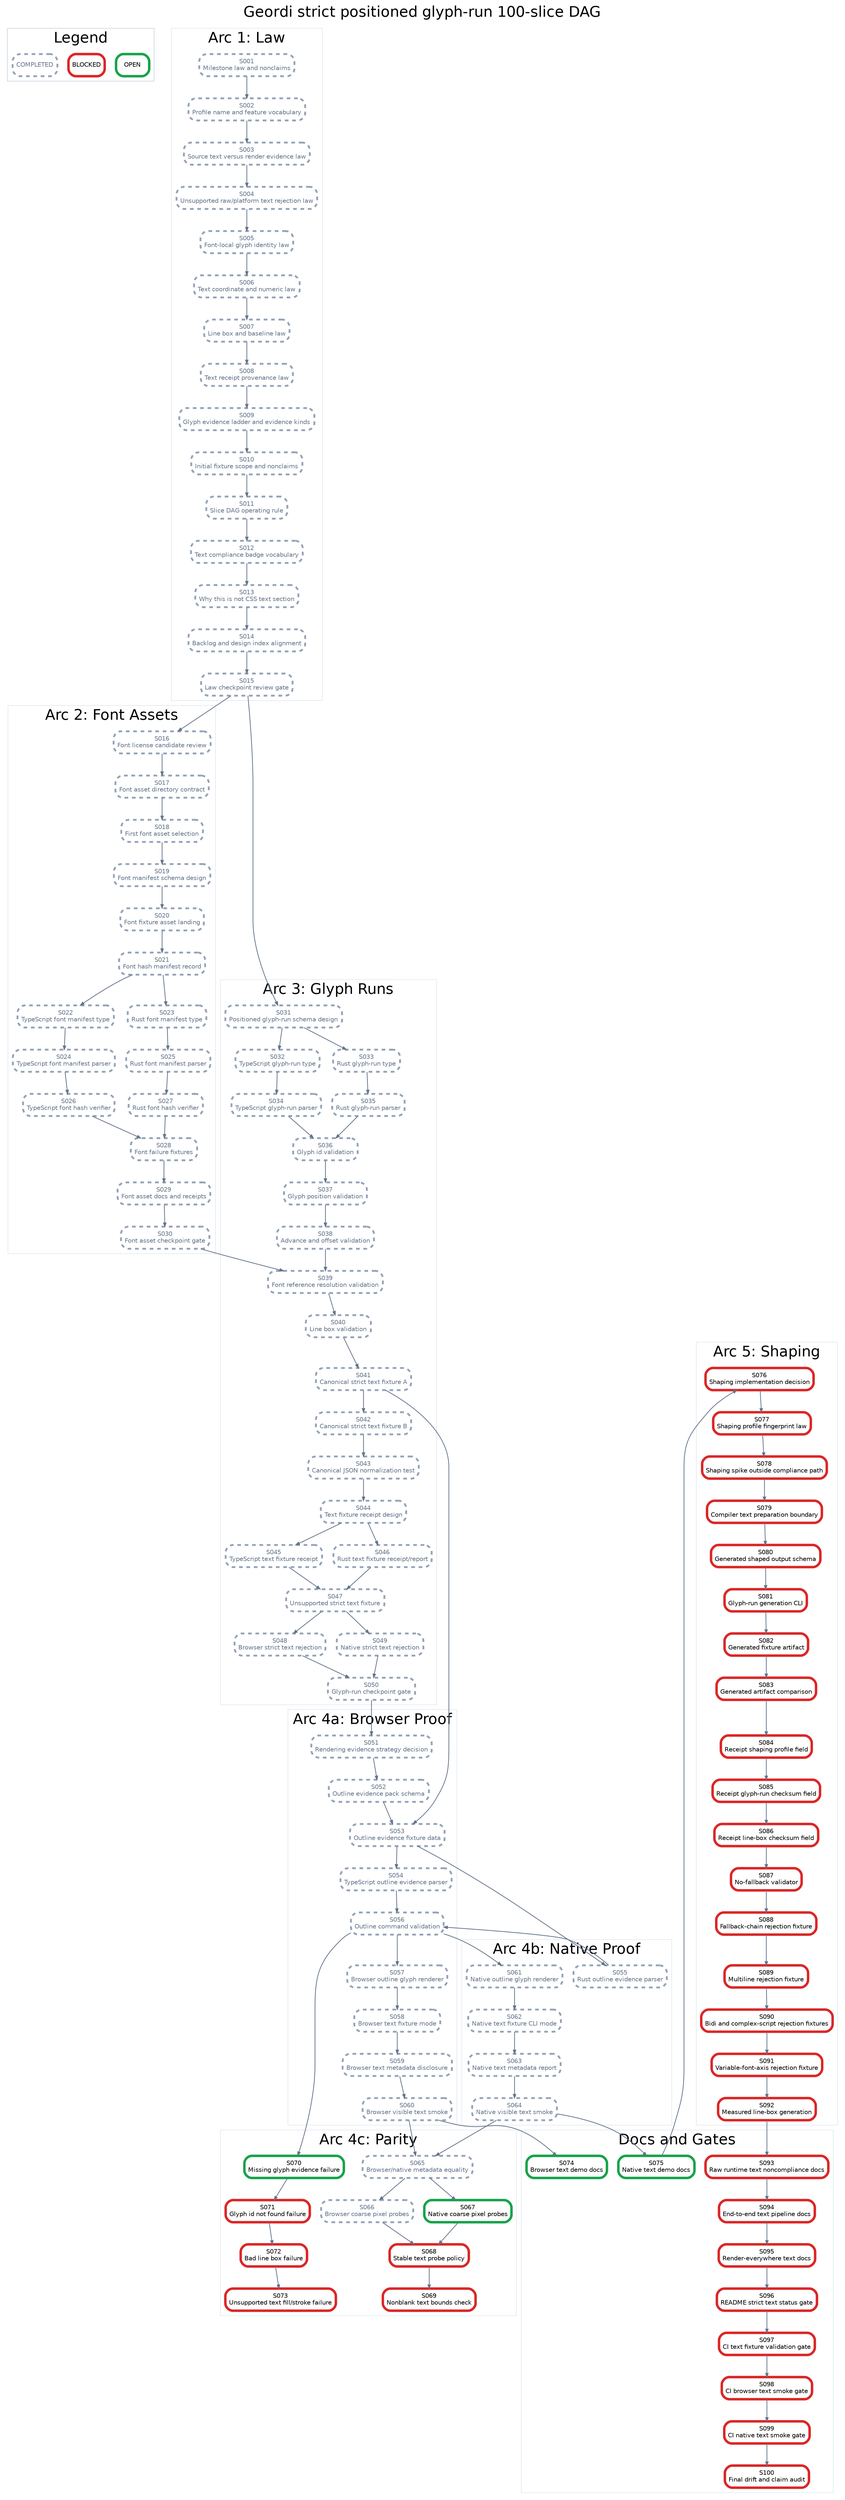
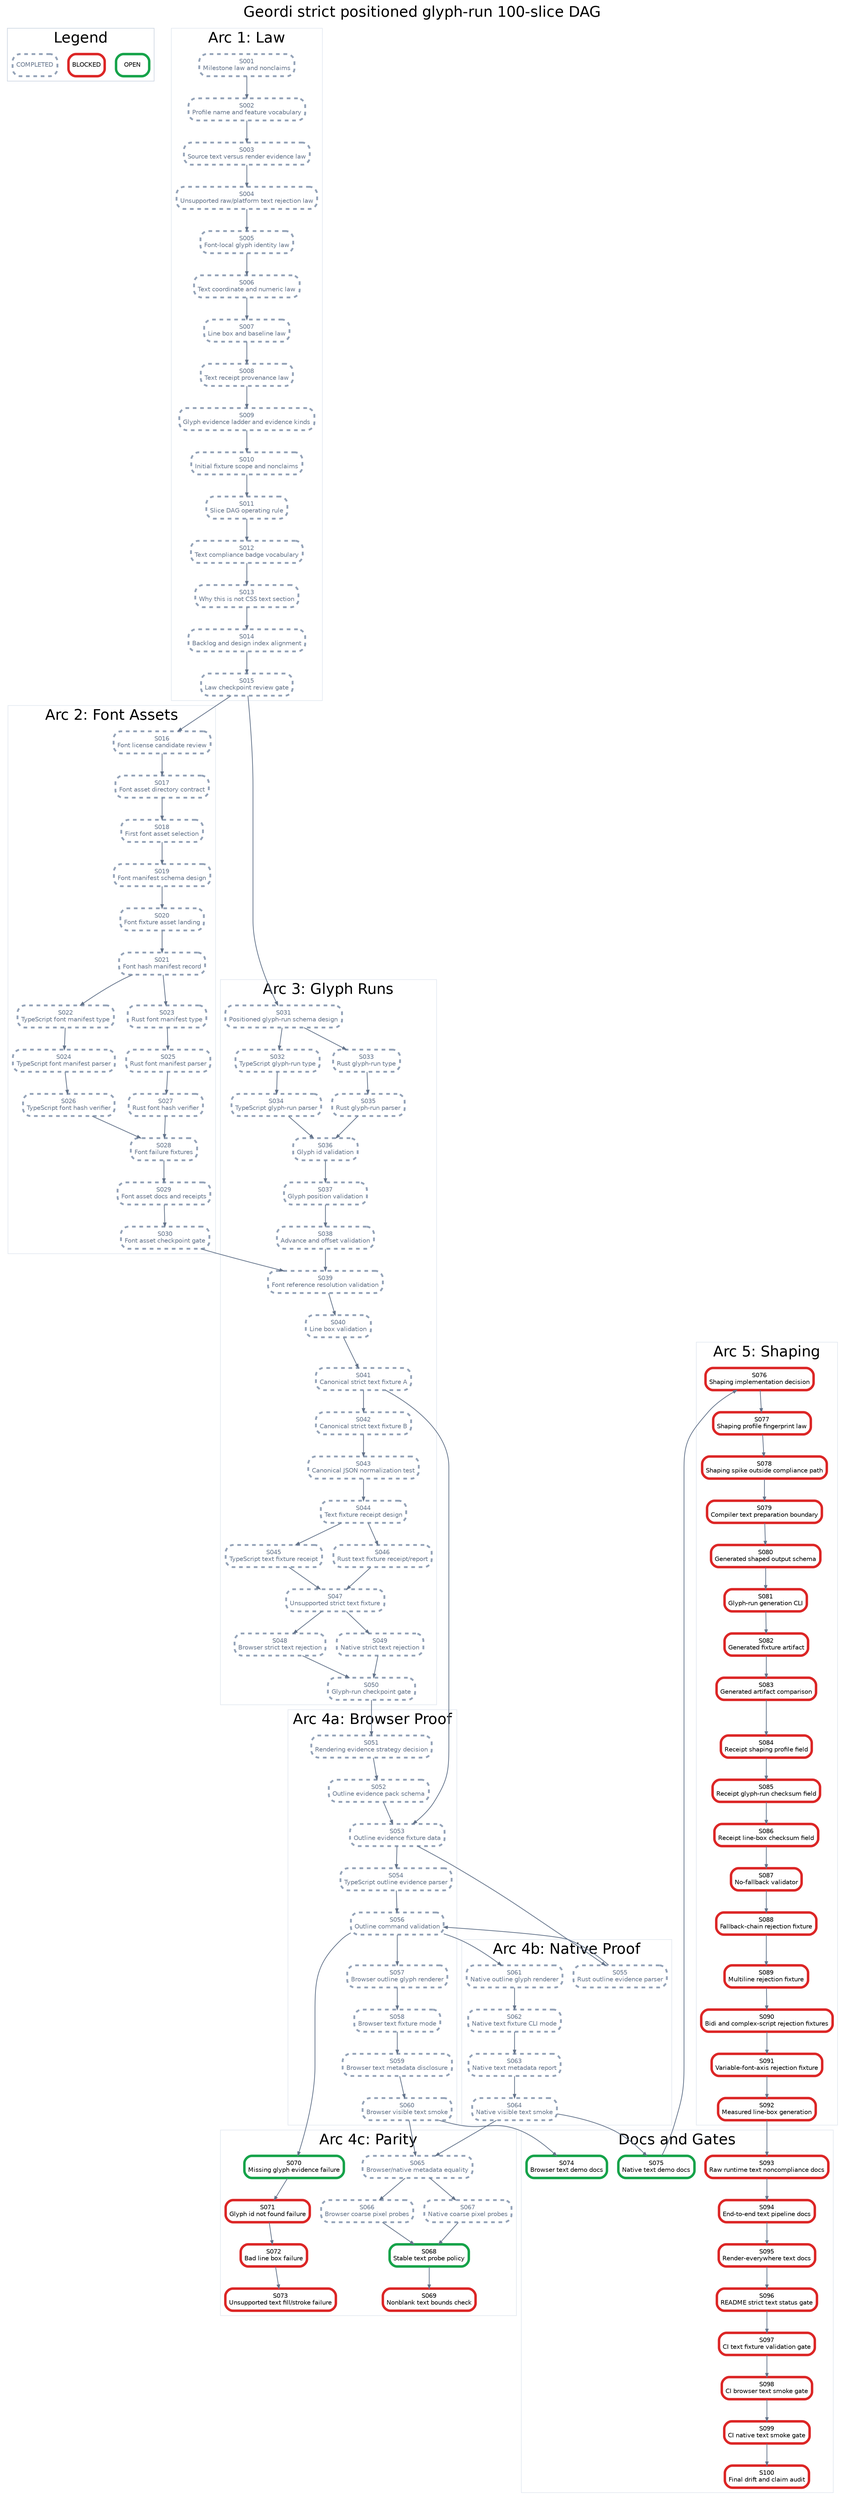
digraph StrictPositionedGlyphRunPlan {
  graph [rankdir=TB, bgcolor="white", fontname="Helvetica", label="Geordi strict positioned glyph-run 100-slice DAG", labelloc="t", fontsize=24];
  node [shape=box, style="rounded,filled", fillcolor="white", fontname="Helvetica", fontsize=10, margin="0.08,0.05"];
  edge [color="#64748b", arrowsize=0.6, penwidth=1.2];

  subgraph cluster_legend {
    label="Legend";
    color="#cbd5e1";
    legend_open [label="OPEN", color="#16a34a", penwidth=4];
    legend_blocked [label="BLOCKED", color="#dc2626", penwidth=4];
    legend_done [label="COMPLETED", color="#94a3b8", penwidth=3, style="rounded,filled,dashed", fontcolor="#64748b"];
  }

  subgraph cluster_law {
    label="Arc 1: Law";
    color="#e2e8f0";
    S001 [label="S001\nMilestone law and nonclaims", color="#94a3b8", penwidth=3, style="rounded,filled,dashed", fontcolor="#64748b"];
    S002 [label="S002\nProfile name and feature vocabulary", color="#94a3b8", penwidth=3, style="rounded,filled,dashed", fontcolor="#64748b"];
    S003 [label="S003\nSource text versus render evidence law", color="#94a3b8", penwidth=3, style="rounded,filled,dashed", fontcolor="#64748b"];
    S004 [label="S004\nUnsupported raw/platform text rejection law", color="#94a3b8", penwidth=3, style="rounded,filled,dashed", fontcolor="#64748b"];
    S005 [label="S005\nFont-local glyph identity law", color="#94a3b8", penwidth=3, style="rounded,filled,dashed", fontcolor="#64748b"];
    S006 [label="S006\nText coordinate and numeric law", color="#94a3b8", penwidth=3, style="rounded,filled,dashed", fontcolor="#64748b"];
    S007 [label="S007\nLine box and baseline law", color="#94a3b8", penwidth=3, style="rounded,filled,dashed", fontcolor="#64748b"];
    S008 [label="S008\nText receipt provenance law", color="#94a3b8", penwidth=3, style="rounded,filled,dashed", fontcolor="#64748b"];
    S009 [label="S009\nGlyph evidence ladder and evidence kinds", color="#94a3b8", penwidth=3, style="rounded,filled,dashed", fontcolor="#64748b"];
    S010 [label="S010\nInitial fixture scope and nonclaims", color="#94a3b8", penwidth=3, style="rounded,filled,dashed", fontcolor="#64748b"];
    S011 [label="S011\nSlice DAG operating rule", color="#94a3b8", penwidth=3, style="rounded,filled,dashed", fontcolor="#64748b"];
    S012 [label="S012\nText compliance badge vocabulary", color="#94a3b8", penwidth=3, style="rounded,filled,dashed", fontcolor="#64748b"];
    S013 [label="S013\nWhy this is not CSS text section", color="#94a3b8", penwidth=3, style="rounded,filled,dashed", fontcolor="#64748b"];
    S014 [label="S014\nBacklog and design index alignment", color="#94a3b8", penwidth=3, style="rounded,filled,dashed", fontcolor="#64748b"];
    S015 [label="S015\nLaw checkpoint review gate", color="#94a3b8", penwidth=3, style="rounded,filled,dashed", fontcolor="#64748b"];
  }

  subgraph cluster_assets {
    label="Arc 2: Font Assets";
    color="#e2e8f0";
    S016 [label="S016\nFont license candidate review", color="#94a3b8", penwidth=3, style="rounded,filled,dashed", fontcolor="#64748b"];
    S017 [label="S017\nFont asset directory contract", color="#94a3b8", penwidth=3, style="rounded,filled,dashed", fontcolor="#64748b"];
    S018 [label="S018\nFirst font asset selection", color="#94a3b8", penwidth=3, style="rounded,filled,dashed", fontcolor="#64748b"];
    S019 [label="S019\nFont manifest schema design", color="#94a3b8", penwidth=3, style="rounded,filled,dashed", fontcolor="#64748b"];
    S020 [label="S020\nFont fixture asset landing", color="#94a3b8", penwidth=3, style="rounded,filled,dashed", fontcolor="#64748b"];
    S021 [label="S021\nFont hash manifest record", color="#94a3b8", penwidth=3, style="rounded,filled,dashed", fontcolor="#64748b"];
    S022 [label="S022\nTypeScript font manifest type", color="#94a3b8", penwidth=3, style="rounded,filled,dashed", fontcolor="#64748b"];
    S023 [label="S023\nRust font manifest type", color="#94a3b8", penwidth=3, style="rounded,filled,dashed", fontcolor="#64748b"];
    S024 [label="S024\nTypeScript font manifest parser", color="#94a3b8", penwidth=3, style="rounded,filled,dashed", fontcolor="#64748b"];
    S025 [label="S025\nRust font manifest parser", color="#94a3b8", penwidth=3, style="rounded,filled,dashed", fontcolor="#64748b"];
    S026 [label="S026\nTypeScript font hash verifier", color="#94a3b8", penwidth=3, style="rounded,filled,dashed", fontcolor="#64748b"];
    S027 [label="S027\nRust font hash verifier", color="#94a3b8", penwidth=3, style="rounded,filled,dashed", fontcolor="#64748b"];
    S028 [label="S028\nFont failure fixtures", color="#94a3b8", penwidth=3, style="rounded,filled,dashed", fontcolor="#64748b"];
    S029 [label="S029\nFont asset docs and receipts", color="#94a3b8", penwidth=3, style="rounded,filled,dashed", fontcolor="#64748b"];
    S030 [label="S030\nFont asset checkpoint gate", color="#94a3b8", penwidth=3, style="rounded,filled,dashed", fontcolor="#64748b"];
  }

  subgraph cluster_glyph {
    label="Arc 3: Glyph Runs";
    color="#e2e8f0";
    S031 [label="S031\nPositioned glyph-run schema design", color="#94a3b8", penwidth=3, style="rounded,filled,dashed", fontcolor="#64748b"];
    S032 [label="S032\nTypeScript glyph-run type", color="#94a3b8", penwidth=3, style="rounded,filled,dashed", fontcolor="#64748b"];
    S033 [label="S033\nRust glyph-run type", color="#94a3b8", penwidth=3, style="rounded,filled,dashed", fontcolor="#64748b"];
    S034 [label="S034\nTypeScript glyph-run parser", color="#94a3b8", penwidth=3, style="rounded,filled,dashed", fontcolor="#64748b"];
    S035 [label="S035\nRust glyph-run parser", color="#94a3b8", penwidth=3, style="rounded,filled,dashed", fontcolor="#64748b"];
    S036 [label="S036\nGlyph id validation", color="#94a3b8", penwidth=3, style="rounded,filled,dashed", fontcolor="#64748b"];
    S037 [label="S037\nGlyph position validation", color="#94a3b8", penwidth=3, style="rounded,filled,dashed", fontcolor="#64748b"];
    S038 [label="S038\nAdvance and offset validation", color="#94a3b8", penwidth=3, style="rounded,filled,dashed", fontcolor="#64748b"];
    S039 [label="S039\nFont reference resolution validation", color="#94a3b8", penwidth=3, style="rounded,filled,dashed", fontcolor="#64748b"];
    S040 [label="S040\nLine box validation", color="#94a3b8", penwidth=3, style="rounded,filled,dashed", fontcolor="#64748b"];
    S041 [label="S041\nCanonical strict text fixture A", color="#94a3b8", penwidth=3, style="rounded,filled,dashed", fontcolor="#64748b"];
    S042 [label="S042\nCanonical strict text fixture B", color="#94a3b8", penwidth=3, style="rounded,filled,dashed", fontcolor="#64748b"];
    S043 [label="S043\nCanonical JSON normalization test", color="#94a3b8", penwidth=3, style="rounded,filled,dashed", fontcolor="#64748b"];
    S044 [label="S044\nText fixture receipt design", color="#94a3b8", penwidth=3, style="rounded,filled,dashed", fontcolor="#64748b"];
    S045 [label="S045\nTypeScript text fixture receipt", color="#94a3b8", penwidth=3, style="rounded,filled,dashed", fontcolor="#64748b"];
    S046 [label="S046\nRust text fixture receipt/report", color="#94a3b8", penwidth=3, style="rounded,filled,dashed", fontcolor="#64748b"];
    S047 [label="S047\nUnsupported strict text fixture", color="#94a3b8", penwidth=3, style="rounded,filled,dashed", fontcolor="#64748b"];
    S048 [label="S048\nBrowser strict text rejection", color="#94a3b8", penwidth=3, style="rounded,filled,dashed", fontcolor="#64748b"];
    S049 [label="S049\nNative strict text rejection", color="#94a3b8", penwidth=3, style="rounded,filled,dashed", fontcolor="#64748b"];
    S050 [label="S050\nGlyph-run checkpoint gate", color="#94a3b8", penwidth=3, style="rounded,filled,dashed", fontcolor="#64748b"];
  }

  subgraph cluster_browser {
    label="Arc 4a: Browser Proof";
    color="#e2e8f0";
    S051 [label="S051\nRendering evidence strategy decision", color="#94a3b8", penwidth=3, style="rounded,filled,dashed", fontcolor="#64748b"];
    S052 [label="S052\nOutline evidence pack schema", color="#94a3b8", penwidth=3, style="rounded,filled,dashed", fontcolor="#64748b"];
    S053 [label="S053\nOutline evidence fixture data", color="#94a3b8", penwidth=3, style="rounded,filled,dashed", fontcolor="#64748b"];
    S054 [label="S054\nTypeScript outline evidence parser", color="#94a3b8", penwidth=3, style="rounded,filled,dashed", fontcolor="#64748b"];
    S056 [label="S056\nOutline command validation", color="#94a3b8", penwidth=3, style="rounded,filled,dashed", fontcolor="#64748b"];
    S057 [label="S057\nBrowser outline glyph renderer", color="#94a3b8", penwidth=3, style="rounded,filled,dashed", fontcolor="#64748b"];
    S058 [label="S058\nBrowser text fixture mode", color="#94a3b8", penwidth=3, style="rounded,filled,dashed", fontcolor="#64748b"];
    S059 [label="S059\nBrowser text metadata disclosure", color="#94a3b8", penwidth=3, style="rounded,filled,dashed", fontcolor="#64748b"];
    S060 [label="S060\nBrowser visible text smoke", color="#94a3b8", penwidth=3, style="rounded,filled,dashed", fontcolor="#64748b"];
  }

  subgraph cluster_native {
    label="Arc 4b: Native Proof";
    color="#e2e8f0";
    S055 [label="S055\nRust outline evidence parser", color="#94a3b8", penwidth=3, style="rounded,filled,dashed", fontcolor="#64748b"];
    S061 [label="S061\nNative outline glyph renderer", color="#94a3b8", penwidth=3, style="rounded,filled,dashed", fontcolor="#64748b"];
    S062 [label="S062\nNative text fixture CLI mode", color="#94a3b8", penwidth=3, style="rounded,filled,dashed", fontcolor="#64748b"];
    S063 [label="S063\nNative text metadata report", color="#94a3b8", penwidth=3, style="rounded,filled,dashed", fontcolor="#64748b"];
    S064 [label="S064\nNative visible text smoke", color="#94a3b8", penwidth=3, style="rounded,filled,dashed", fontcolor="#64748b"];
  }

  subgraph cluster_parity {
    label="Arc 4c: Parity";
    color="#e2e8f0";
    S065 [label="S065\nBrowser/native metadata equality", color="#94a3b8", penwidth=3, style="rounded,filled,dashed", fontcolor="#64748b"];
    S066 [label="S066\nBrowser coarse pixel probes", color="#94a3b8", penwidth=3, style="rounded,filled,dashed", fontcolor="#64748b"];
-     S067 [label="S067\nNative coarse pixel probes", color="#16a34a", penwidth=4];
-     S068 [label="S068\nStable text probe policy", color="#dc2626", penwidth=4];
+     S067 [label="S067\nNative coarse pixel probes", color="#94a3b8", penwidth=3, style="rounded,filled,dashed", fontcolor="#64748b"];
+     S068 [label="S068\nStable text probe policy", color="#16a34a", penwidth=4];
    S069 [label="S069\nNonblank text bounds check", color="#dc2626", penwidth=4];
    S070 [label="S070\nMissing glyph evidence failure", color="#16a34a", penwidth=4];
    S071 [label="S071\nGlyph id not found failure", color="#dc2626", penwidth=4];
    S072 [label="S072\nBad line box failure", color="#dc2626", penwidth=4];
    S073 [label="S073\nUnsupported text fill/stroke failure", color="#dc2626", penwidth=4];
  }

  subgraph cluster_shaping {
    label="Arc 5: Shaping";
    color="#e2e8f0";
    S076 [label="S076\nShaping implementation decision", color="#dc2626", penwidth=4];
    S077 [label="S077\nShaping profile fingerprint law", color="#dc2626", penwidth=4];
    S078 [label="S078\nShaping spike outside compliance path", color="#dc2626", penwidth=4];
    S079 [label="S079\nCompiler text preparation boundary", color="#dc2626", penwidth=4];
    S080 [label="S080\nGenerated shaped output schema", color="#dc2626", penwidth=4];
    S081 [label="S081\nGlyph-run generation CLI", color="#dc2626", penwidth=4];
    S082 [label="S082\nGenerated fixture artifact", color="#dc2626", penwidth=4];
    S083 [label="S083\nGenerated artifact comparison", color="#dc2626", penwidth=4];
    S084 [label="S084\nReceipt shaping profile field", color="#dc2626", penwidth=4];
    S085 [label="S085\nReceipt glyph-run checksum field", color="#dc2626", penwidth=4];
    S086 [label="S086\nReceipt line-box checksum field", color="#dc2626", penwidth=4];
    S087 [label="S087\nNo-fallback validator", color="#dc2626", penwidth=4];
    S088 [label="S088\nFallback-chain rejection fixture", color="#dc2626", penwidth=4];
    S089 [label="S089\nMultiline rejection fixture", color="#dc2626", penwidth=4];
    S090 [label="S090\nBidi and complex-script rejection fixtures", color="#dc2626", penwidth=4];
    S091 [label="S091\nVariable-font-axis rejection fixture", color="#dc2626", penwidth=4];
    S092 [label="S092\nMeasured line-box generation", color="#dc2626", penwidth=4];
  }

  subgraph cluster_docs {
    label="Docs and Gates";
    color="#e2e8f0";
    S074 [label="S074\nBrowser text demo docs", color="#16a34a", penwidth=4];
    S075 [label="S075\nNative text demo docs", color="#16a34a", penwidth=4];
    S093 [label="S093\nRaw runtime text noncompliance docs", color="#dc2626", penwidth=4];
    S094 [label="S094\nEnd-to-end text pipeline docs", color="#dc2626", penwidth=4];
    S095 [label="S095\nRender-everywhere text docs", color="#dc2626", penwidth=4];
    S096 [label="S096\nREADME strict text status gate", color="#dc2626", penwidth=4];
    S097 [label="S097\nCI text fixture validation gate", color="#dc2626", penwidth=4];
    S098 [label="S098\nCI browser text smoke gate", color="#dc2626", penwidth=4];
    S099 [label="S099\nCI native text smoke gate", color="#dc2626", penwidth=4];
    S100 [label="S100\nFinal drift and claim audit", color="#dc2626", penwidth=4];
  }

  S001 -> S002;
  S002 -> S003;
  S003 -> S004;
  S004 -> S005;
  S005 -> S006;
  S006 -> S007;
  S007 -> S008;
  S008 -> S009;
  S009 -> S010;
  S010 -> S011;
  S011 -> S012;
  S012 -> S013;
  S013 -> S014;
  S014 -> S015;
  S015 -> S016;
  S016 -> S017;
  S017 -> S018;
  S018 -> S019;
  S019 -> S020;
  S020 -> S021;
  S021 -> S022;
  S021 -> S023;
  S022 -> S024;
  S023 -> S025;
  S024 -> S026;
  S025 -> S027;
  S026 -> S028;
  S027 -> S028;
  S028 -> S029;
  S029 -> S030;
  S015 -> S031;
  S031 -> S032;
  S031 -> S033;
  S032 -> S034;
  S033 -> S035;
  S034 -> S036;
  S035 -> S036;
  S036 -> S037;
  S037 -> S038;
  S038 -> S039;
  S039 -> S040;
  S030 -> S039;
  S040 -> S041;
  S041 -> S042;
  S042 -> S043;
  S043 -> S044;
  S044 -> S045;
  S044 -> S046;
  S045 -> S047;
  S046 -> S047;
  S047 -> S048;
  S047 -> S049;
  S048 -> S050;
  S049 -> S050;
  S050 -> S051;
  S051 -> S052;
  S052 -> S053;
  S041 -> S053;
  S053 -> S054;
  S053 -> S055;
  S054 -> S056;
  S055 -> S056;
  S056 -> S057;
  S057 -> S058;
  S058 -> S059;
  S059 -> S060;
  S056 -> S061;
  S061 -> S062;
  S062 -> S063;
  S063 -> S064;
  S060 -> S065;
  S064 -> S065;
  S065 -> S066;
  S065 -> S067;
  S066 -> S068;
  S067 -> S068;
  S068 -> S069;
  S056 -> S070;
  S070 -> S071;
  S071 -> S072;
  S072 -> S073;
  S060 -> S074;
  S064 -> S075;
  S075 -> S076;
  S076 -> S077;
  S077 -> S078;
  S078 -> S079;
  S079 -> S080;
  S080 -> S081;
  S081 -> S082;
  S082 -> S083;
  S083 -> S084;
  S084 -> S085;
  S085 -> S086;
  S086 -> S087;
  S087 -> S088;
  S088 -> S089;
  S089 -> S090;
  S090 -> S091;
  S091 -> S092;
  S092 -> S093;
  S093 -> S094;
  S094 -> S095;
  S095 -> S096;
  S096 -> S097;
  S097 -> S098;
  S098 -> S099;
  S099 -> S100;
}
